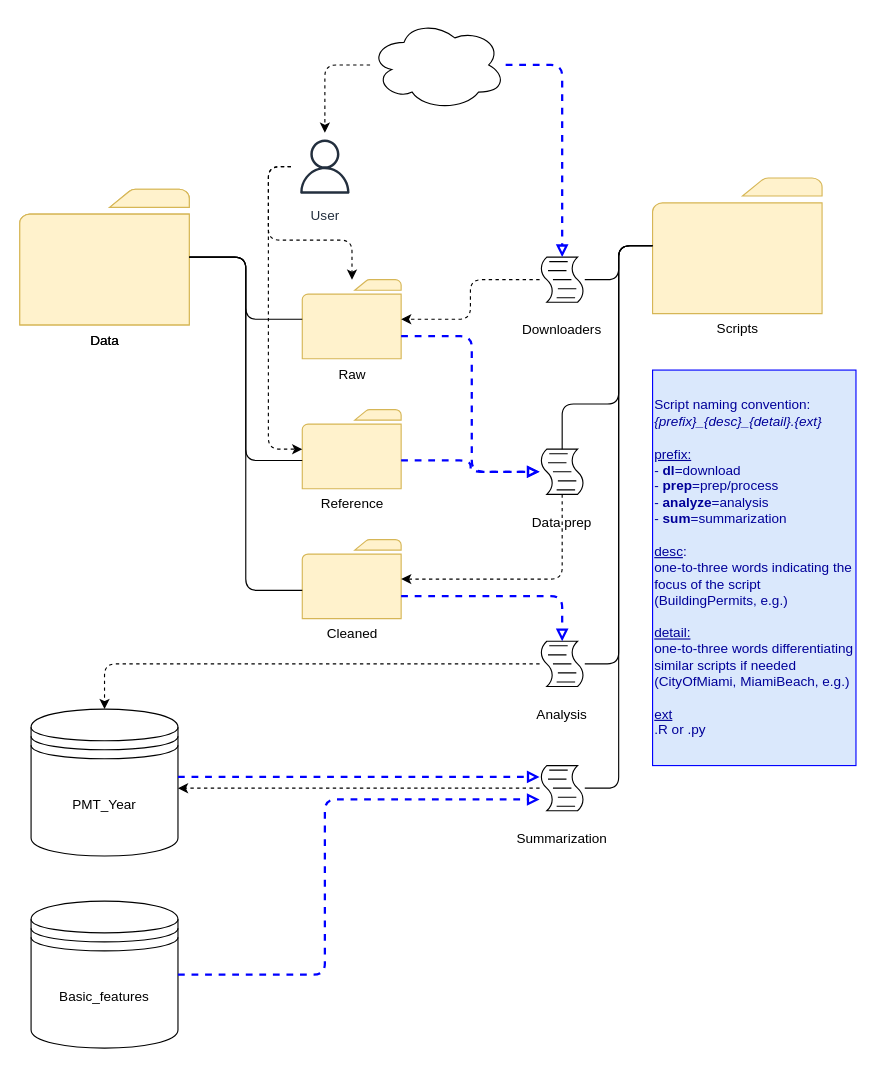
The draw.io diagram page "BasicDir" (1 of 2) of Untitled Diagram.drawio in renaissanceplanning/Miami-TOD-PMT, before the edit. Source tidied: cells renumbered, new cells numbered last; positions are measured from the earlier drawing's top-left corner, leaving out a move shared by most shapes. Both pictures are drawn from the tidied source at 113%, with x=0, y=0 at pixel (19, 19).
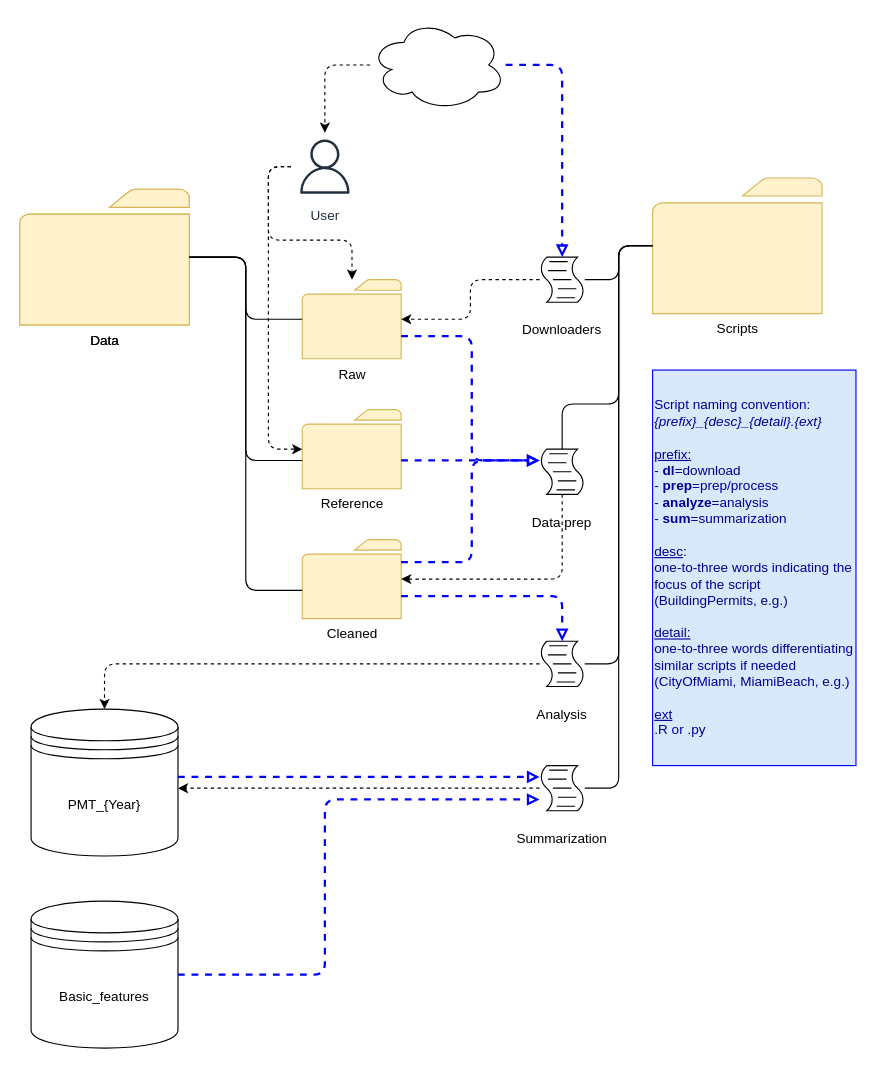
The same diagram, later.

Unchanged cells that the change refers to:
```xml
<mxCell id="5" value="Raw" style="shadow=0;dashed=0;html=1;labelPosition=center;verticalLabelPosition=bottom;verticalAlign=top;outlineConnect=0;align=center;shape=mxgraph.office.concepts.folder;fillColor=#fff2cc;strokeColor=#d6b656;" parent="1" vertex="1">
  <mxGeometry x="250" y="230" width="87.5" height="70" as="geometry" />
</mxCell>
<mxCell id="6" value="Cleaned" style="shadow=0;dashed=0;html=1;labelPosition=center;verticalLabelPosition=bottom;verticalAlign=top;outlineConnect=0;align=center;shape=mxgraph.office.concepts.folder;fillColor=#fff2cc;strokeColor=#d6b656;" parent="1" vertex="1">
  <mxGeometry x="250" y="460" width="87.5" height="70" as="geometry" />
</mxCell>
<mxCell id="14" value="Reference" style="shadow=0;dashed=0;html=1;labelPosition=center;verticalLabelPosition=bottom;verticalAlign=top;outlineConnect=0;align=center;shape=mxgraph.office.concepts.folder;fillColor=#fff2cc;strokeColor=#d6b656;" parent="1" vertex="1">
  <mxGeometry x="250" y="345" width="87.5" height="70" as="geometry" />
</mxCell>
<mxCell id="17" style="shape=mxgraph.bpmn.script_task;html=1;outlineConnect=0;" parent="16" vertex="1">
  <mxGeometry x="20" width="40" height="40" as="geometry" />
</mxCell>
```

Diff of the diagram source:
```diff
@@
-    <mxCell id="3" value="PMT_Year" style="shape=datastore;whiteSpace=wrap;html=1;" parent="1" vertex="1">
+    <mxCell id="3" value="PMT_{Year}" style="shape=datastore;whiteSpace=wrap;html=1;" parent="1" vertex="1">
       <mxGeometry x="10" y="610" width="130" height="130" as="geometry" />
     </mxCell>
@@
     <mxCell id="28" style="edgeStyle=orthogonalEdgeStyle;endArrow=block;html=1;dashed=1;strokeColor=#0000FF;strokeWidth=2;endFill=0;" parent="1" edge="1" source="14" target="17">
       <mxGeometry relative="1" as="geometry">
         <Array as="points">
-          <mxPoint x="399" y="390" />
-          <mxPoint x="399" y="400" />
+          <mxPoint x="430" y="390" />
+          <mxPoint x="430" y="390" />
         </Array>
       </mxGeometry>
     </mxCell>
     <mxCell id="29" style="edgeStyle=orthogonalEdgeStyle;endArrow=block;html=1;dashed=1;strokeColor=#0000FF;strokeWidth=2;endFill=0;" parent="1" edge="1" source="5" target="17">
       <mxGeometry relative="1" as="geometry">
         <Array as="points">
           <mxPoint x="400" y="280" />
-          <mxPoint x="400" y="400" />
+          <mxPoint x="400" y="390" />
         </Array>
       </mxGeometry>
     </mxCell>
@@
+    <mxCell id="46" style="edgeStyle=orthogonalEdgeStyle;endArrow=block;html=1;dashed=1;strokeColor=#0000FF;strokeWidth=2;endFill=0;" parent="1" edge="1" source="6" target="17">
+      <mxGeometry relative="1" as="geometry">
+        <Array as="points">
+          <mxPoint x="400" y="480" />
+          <mxPoint x="400" y="390" />
+        </Array>
+      </mxGeometry>
+    </mxCell>
```
